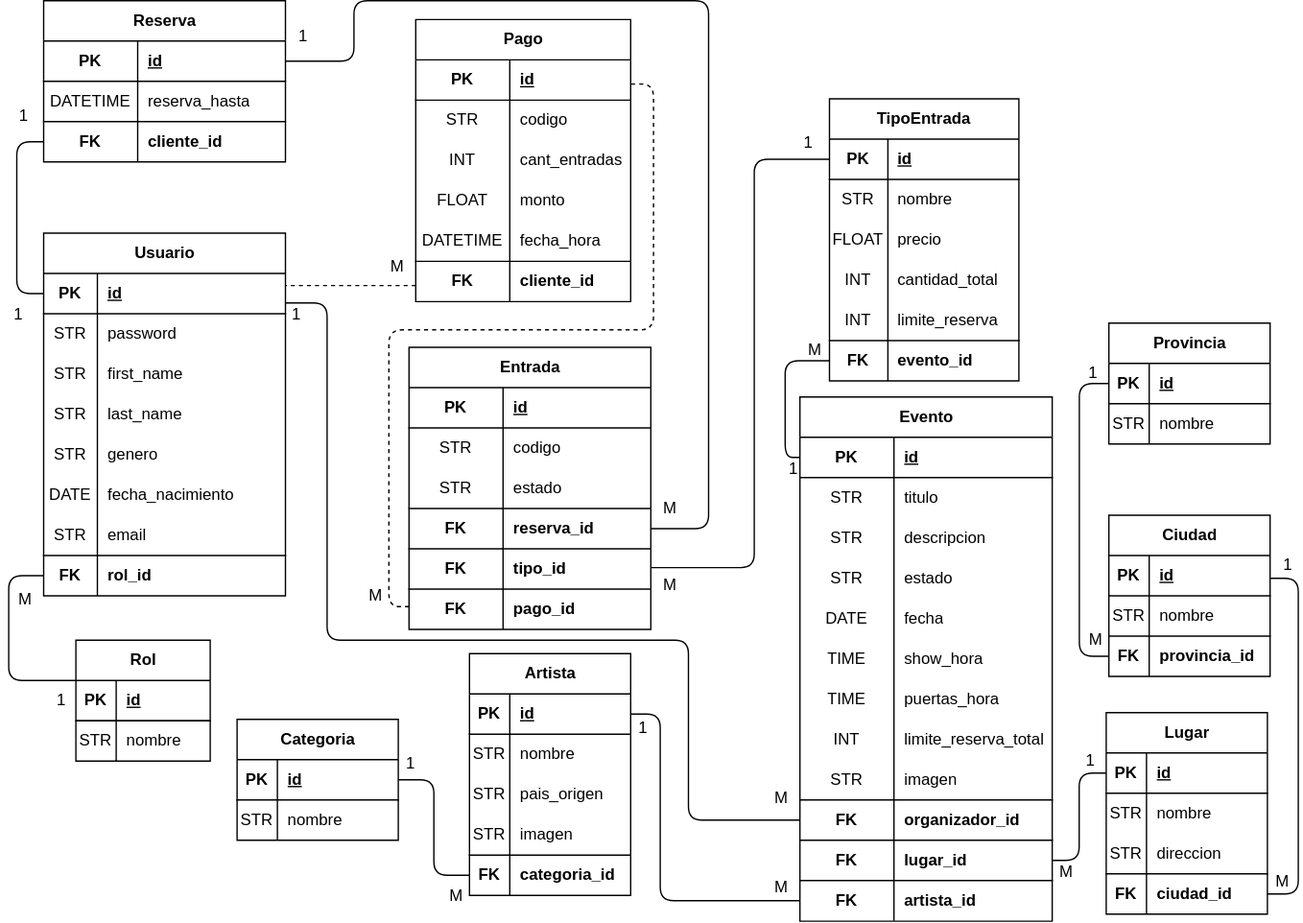
This is diagramas.drawio.svg from LianIribarne/Plataforma_de_Gestion_y_Venta_de_Entradas_de_Conciertos, a draw.io export, as it was before one commit. Source tidied: cells renumbered, new cells last; positions are measured from the earlier drawing's top-left corner, leaving out a move shared by most shapes.
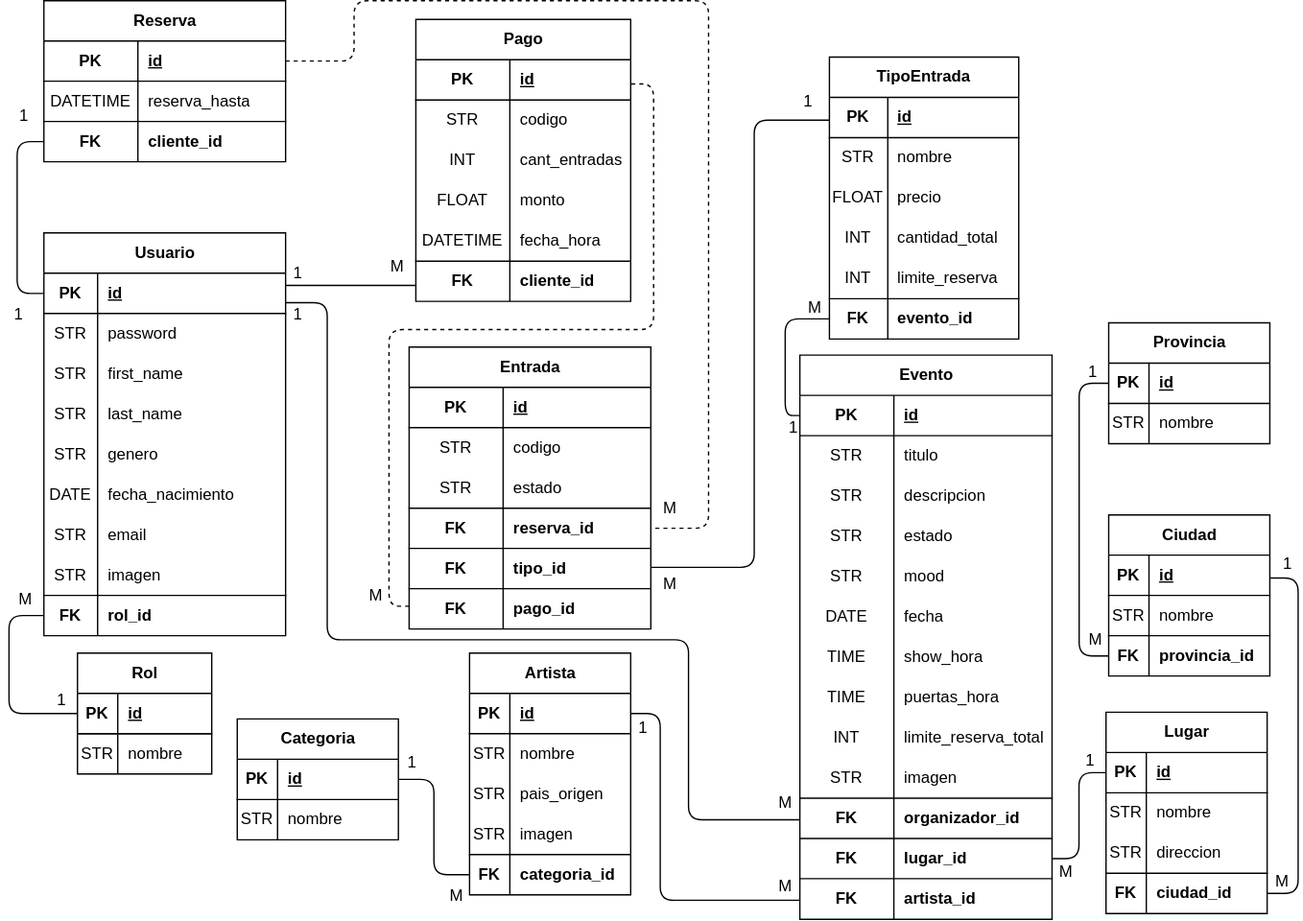
The same file after the commit.

The edit, as a diff of the source:
```diff
@@ -3,7 +3,7 @@
     <mxCell id="0" />
     <mxCell id="1" parent="0" />
     <mxCell id="2" value="Rol" style="shape=table;startSize=30;rowLines=1;fontStyle=1;align=center;html=1;swimlaneFillColor=default;swimlaneLine=1;columnLines=1;swimlaneHead=1;swimlaneBody=1;horizontal=1;top=1;bottom=1;left=1;right=1;gradientColor=none;" parent="1" vertex="1">
-      <mxGeometry x="56" y="476" width="100" height="90" as="geometry" />
+      <mxGeometry x="57" y="486" width="100" height="90" as="geometry" />
     </mxCell>
     <mxCell id="3" style="shape=tableRow;horizontal=0;startSize=0;swimlaneHead=0;swimlaneBody=0;fillColor=none;points=[[0,0.5],[1,0.5]];portConstraint=eastwest;top=0;left=0;right=0;bottom=1;swimlaneFillColor=none;" parent="2" vertex="1">
       <mxGeometry y="30" width="100" height="30" as="geometry" />
@@ -102,7 +102,7 @@
       <mxGeometry x="70" width="90" height="30" as="geometry" />
     </mxCell>
     <mxCell id="35" value="Usuario" style="shape=table;startSize=30;rowLines=0;fontStyle=1;align=center;html=1;swimlaneFillColor=default;gradientColor=none;" parent="1" vertex="1">
-      <mxGeometry x="32" y="173" width="180" height="270" as="geometry" />
+      <mxGeometry x="32" y="173" width="180" height="300" as="geometry" />
     </mxCell>
     <mxCell id="36" style="shape=tableRow;horizontal=0;startSize=0;swimlaneHead=0;swimlaneBody=0;fillColor=none;points=[[0,0.5],[1,0.5]];portConstraint=eastwest;top=0;left=0;right=0;bottom=1;" parent="35" vertex="1">
       <mxGeometry y="30" width="180" height="30" as="geometry" />
@@ -167,8 +167,17 @@
     <mxCell id="56" value="&lt;font style=&quot;color: light-dark(rgb(0, 0, 0), rgb(255, 255, 255));&quot;&gt;email&lt;/font&gt;" style="shape=partialRectangle;fillColor=none;top=0;left=0;bottom=0;right=0;align=left;spacingLeft=6;overflow=hidden;whiteSpace=wrap;html=1;" parent="54" vertex="1">
       <mxGeometry x="40" width="140" height="30" as="geometry" />
     </mxCell>
+    <mxCell id="228" style="shape=tableRow;horizontal=0;startSize=0;swimlaneHead=0;swimlaneBody=0;fillColor=none;top=0;left=0;right=0;bottom=0;" parent="35" vertex="1">
+      <mxGeometry y="240" width="180" height="30" as="geometry" />
+    </mxCell>
+    <mxCell id="229" value="STR" style="shape=partialRectangle;fillColor=none;top=0;left=0;bottom=0;right=0;overflow=hidden;whiteSpace=wrap;html=1;" parent="228" vertex="1">
+      <mxGeometry width="40" height="30" as="geometry" />
+    </mxCell>
+    <mxCell id="230" value="&lt;font style=&quot;color: light-dark(rgb(0, 0, 0), rgb(255, 255, 255));&quot;&gt;imagen&lt;/font&gt;" style="shape=partialRectangle;fillColor=none;top=0;left=0;bottom=0;right=0;align=left;spacingLeft=6;overflow=hidden;whiteSpace=wrap;html=1;" parent="228" vertex="1">
+      <mxGeometry x="40" width="140" height="30" as="geometry" />
+    </mxCell>
     <mxCell id="57" style="shape=tableRow;horizontal=0;startSize=0;swimlaneHead=0;swimlaneBody=0;fillColor=none;points=[[0,0.5],[1,0.5]];portConstraint=eastwest;top=0;left=0;right=0;bottom=0;" parent="35" vertex="1">
-      <mxGeometry y="240" width="180" height="30" as="geometry" />
+      <mxGeometry y="270" width="180" height="30" as="geometry" />
     </mxCell>
     <mxCell id="58" value="&lt;b&gt;&lt;font style=&quot;color: light-dark(rgb(0, 0, 0), rgb(255, 255, 255));&quot;&gt;FK&lt;/font&gt;&lt;/b&gt;" style="shape=partialRectangle;fillColor=none;top=1;left=0;bottom=0;right=0;overflow=hidden;whiteSpace=wrap;html=1;" parent="57" vertex="1">
       <mxGeometry width="40" height="30" as="geometry" />
@@ -177,7 +186,7 @@
       <mxGeometry x="40" width="140" height="30" as="geometry" />
     </mxCell>
     <mxCell id="60" value="Evento" style="shape=table;startSize=30;rowLines=0;fontStyle=1;align=center;html=1;gradientColor=none;swimlaneFillColor=default;" parent="1" vertex="1">
-      <mxGeometry x="595" y="295" width="187.8" height="390.2" as="geometry" />
+      <mxGeometry x="595" y="264" width="187.8" height="420.2" as="geometry" />
     </mxCell>
     <mxCell id="61" style="shape=tableRow;horizontal=0;startSize=0;swimlaneHead=0;swimlaneBody=0;fillColor=none;points=[[0,0.5],[1,0.5]];portConstraint=eastwest;top=0;left=0;right=0;bottom=1;" parent="60" vertex="1">
       <mxGeometry y="30" width="187.8" height="30" as="geometry" />
@@ -215,8 +224,17 @@
     <mxCell id="72" value="estado" style="shape=partialRectangle;fillColor=none;top=0;left=0;bottom=0;right=0;align=left;spacingLeft=6;overflow=hidden;whiteSpace=wrap;html=1;" parent="70" vertex="1">
       <mxGeometry x="70" width="117.8" height="30" as="geometry" />
     </mxCell>
+    <mxCell id="231" style="shape=tableRow;horizontal=0;startSize=0;swimlaneHead=0;swimlaneBody=0;fillColor=none;top=0;left=0;right=0;bottom=0;" parent="60" vertex="1">
+      <mxGeometry y="150" width="187.8" height="30" as="geometry" />
+    </mxCell>
+    <mxCell id="232" value="STR" style="shape=partialRectangle;fillColor=none;top=0;left=0;bottom=0;right=0;overflow=hidden;whiteSpace=wrap;html=1;" parent="231" vertex="1">
+      <mxGeometry width="70" height="30" as="geometry" />
+    </mxCell>
+    <mxCell id="233" value="mood" style="shape=partialRectangle;fillColor=none;top=0;left=0;bottom=0;right=0;align=left;spacingLeft=6;overflow=hidden;whiteSpace=wrap;html=1;" parent="231" vertex="1">
+      <mxGeometry x="70" width="117.8" height="30" as="geometry" />
+    </mxCell>
     <mxCell id="73" style="shape=tableRow;horizontal=0;startSize=0;swimlaneHead=0;swimlaneBody=0;fillColor=none;top=0;left=0;right=0;bottom=0;" parent="60" vertex="1">
-      <mxGeometry y="150" width="187.8" height="30" as="geometry" />
+      <mxGeometry y="180" width="187.8" height="30" as="geometry" />
     </mxCell>
     <mxCell id="74" value="DATE" style="shape=partialRectangle;fillColor=none;top=0;left=0;bottom=0;right=0;overflow=hidden;whiteSpace=wrap;html=1;" parent="73" vertex="1">
       <mxGeometry width="70" height="30" as="geometry" />
@@ -225,7 +243,7 @@
       <mxGeometry x="70" width="117.8" height="30" as="geometry" />
     </mxCell>
     <mxCell id="76" style="shape=tableRow;horizontal=0;startSize=0;swimlaneHead=0;swimlaneBody=0;fillColor=none;top=0;left=0;right=0;bottom=0;" parent="60" vertex="1">
-      <mxGeometry y="180" width="187.8" height="30" as="geometry" />
+      <mxGeometry y="210" width="187.8" height="30" as="geometry" />
     </mxCell>
     <mxCell id="77" value="TIME" style="shape=partialRectangle;fillColor=none;top=0;left=0;bottom=0;right=0;overflow=hidden;whiteSpace=wrap;html=1;" parent="76" vertex="1">
       <mxGeometry width="70" height="30" as="geometry" />
@@ -234,7 +252,7 @@
       <mxGeometry x="70" width="117.8" height="30" as="geometry" />
     </mxCell>
     <mxCell id="79" style="shape=tableRow;horizontal=0;startSize=0;swimlaneHead=0;swimlaneBody=0;fillColor=none;top=0;left=0;right=0;bottom=0;" parent="60" vertex="1">
-      <mxGeometry y="210" width="187.8" height="30" as="geometry" />
+      <mxGeometry y="240" width="187.8" height="30" as="geometry" />
     </mxCell>
     <mxCell id="80" value="TIME" style="shape=partialRectangle;fillColor=none;top=0;left=0;bottom=0;right=0;overflow=hidden;whiteSpace=wrap;html=1;" parent="79" vertex="1">
       <mxGeometry width="70" height="30" as="geometry" />
@@ -243,7 +261,7 @@
       <mxGeometry x="70" width="117.8" height="30" as="geometry" />
     </mxCell>
     <mxCell id="82" style="shape=tableRow;horizontal=0;startSize=0;swimlaneHead=0;swimlaneBody=0;fillColor=none;top=0;left=0;right=0;bottom=0;" parent="60" vertex="1">
-      <mxGeometry y="240" width="187.8" height="30" as="geometry" />
+      <mxGeometry y="270" width="187.8" height="30" as="geometry" />
     </mxCell>
     <mxCell id="83" value="INT" style="shape=partialRectangle;fillColor=none;top=0;left=0;bottom=0;right=0;overflow=hidden;whiteSpace=wrap;html=1;" parent="82" vertex="1">
       <mxGeometry width="70" height="30" as="geometry" />
@@ -252,7 +270,7 @@
       <mxGeometry x="70" width="117.8" height="30" as="geometry" />
     </mxCell>
     <mxCell id="85" style="shape=tableRow;horizontal=0;startSize=0;swimlaneHead=0;swimlaneBody=0;fillColor=none;top=0;left=0;right=0;bottom=0;" parent="60" vertex="1">
-      <mxGeometry y="270" width="187.8" height="30" as="geometry" />
+      <mxGeometry y="300" width="187.8" height="30" as="geometry" />
     </mxCell>
     <mxCell id="86" value="STR" style="shape=partialRectangle;fillColor=none;top=0;left=0;bottom=0;right=0;overflow=hidden;whiteSpace=wrap;html=1;" parent="85" vertex="1">
       <mxGeometry width="70" height="30" as="geometry" />
@@ -261,7 +279,7 @@
       <mxGeometry x="70" width="117.8" height="30" as="geometry" />
     </mxCell>
     <mxCell id="88" style="shape=tableRow;horizontal=0;startSize=0;swimlaneHead=0;swimlaneBody=0;fillColor=none;points=[[0,0.5],[1,0.5]];portConstraint=eastwest;top=1;left=0;right=0;bottom=0;" parent="60" vertex="1">
-      <mxGeometry y="300" width="187.8" height="30" as="geometry" />
+      <mxGeometry y="330" width="187.8" height="30" as="geometry" />
     </mxCell>
     <mxCell id="89" value="&lt;b&gt;&lt;font style=&quot;color: light-dark(rgb(0, 0, 0), rgb(255, 255, 255));&quot;&gt;FK&lt;/font&gt;&lt;/b&gt;" style="shape=partialRectangle;fillColor=none;top=0;left=0;bottom=0;right=0;overflow=hidden;whiteSpace=wrap;html=1;fontColor=light-dark(#000000,#FFFFFF);" parent="88" vertex="1">
       <mxGeometry width="70" height="30" as="geometry" />
@@ -270,7 +288,7 @@
       <mxGeometry x="70" width="117.8" height="30" as="geometry" />
     </mxCell>
     <mxCell id="91" style="shape=tableRow;horizontal=0;startSize=0;swimlaneHead=0;swimlaneBody=0;fillColor=none;points=[[0,0.5],[1,0.5]];portConstraint=eastwest;top=1;left=0;right=0;bottom=0;" parent="60" vertex="1">
-      <mxGeometry y="330" width="187.8" height="30" as="geometry" />
+      <mxGeometry y="360" width="187.8" height="30" as="geometry" />
     </mxCell>
     <mxCell id="92" value="&lt;b&gt;&lt;font style=&quot;color: light-dark(rgb(0, 0, 0), rgb(255, 255, 255));&quot;&gt;FK&lt;/font&gt;&lt;/b&gt;" style="shape=partialRectangle;fillColor=none;top=0;left=0;bottom=0;right=0;overflow=hidden;whiteSpace=wrap;html=1;fontColor=light-dark(#000000,#FFFFFF);" parent="91" vertex="1">
       <mxGeometry width="70" height="30" as="geometry" />
@@ -279,7 +297,7 @@
       <mxGeometry x="70" width="117.8" height="30" as="geometry" />
     </mxCell>
     <mxCell id="94" style="shape=tableRow;horizontal=0;startSize=0;swimlaneHead=0;swimlaneBody=0;fillColor=none;points=[[0,0.5],[1,0.5]];portConstraint=eastwest;top=1;left=0;right=0;bottom=0;" parent="60" vertex="1">
-      <mxGeometry y="360" width="187.8" height="30" as="geometry" />
+      <mxGeometry y="390" width="187.8" height="30" as="geometry" />
     </mxCell>
     <mxCell id="95" value="&lt;b&gt;&lt;font style=&quot;color: light-dark(rgb(0, 0, 0), rgb(255, 255, 255));&quot;&gt;FK&lt;/font&gt;&lt;/b&gt;" style="shape=partialRectangle;fillColor=none;top=0;left=0;bottom=0;right=0;overflow=hidden;whiteSpace=wrap;html=1;fontColor=light-dark(#000000,#FFFFFF);" parent="94" vertex="1">
       <mxGeometry width="70" height="30" as="geometry" />
@@ -500,7 +518,7 @@
       <mxGeometry x="30" width="90" height="30" as="geometry" />
     </mxCell>
     <mxCell id="164" value="TipoEntrada" style="shape=table;startSize=30;rowLines=0;fontStyle=1;align=center;html=1;gradientColor=none;swimlaneFillColor=default;" parent="1" vertex="1">
-      <mxGeometry x="617" y="73" width="141" height="210" as="geometry" />
+      <mxGeometry x="617" y="42" width="141" height="210" as="geometry" />
     </mxCell>
     <mxCell id="165" style="shape=tableRow;horizontal=0;startSize=0;swimlaneHead=0;swimlaneBody=0;fillColor=none;points=[[0,0.5],[1,0.5]];portConstraint=eastwest;top=0;left=0;right=0;bottom=1;" parent="164" vertex="1">
       <mxGeometry y="30" width="141" height="30" as="geometry" />
@@ -560,7 +578,7 @@
       <mxGeometry relative="1" as="geometry">
         <Array as="points">
           <mxPoint x="561" y="422" />
-          <mxPoint x="561" y="118" />
+          <mxPoint x="561" y="89" />
         </Array>
       </mxGeometry>
     </mxCell>
@@ -605,7 +623,7 @@
       </mxGeometry>
     </mxCell>
     <mxCell id="190" value="1" style="text;html=1;align=center;verticalAlign=middle;strokeColor=none;fillColor=none;" parent="1" vertex="1">
-      <mxGeometry x="588" y="93" width="25" height="26" as="geometry" />
+      <mxGeometry x="588" y="62" width="25" height="26" as="geometry" />
     </mxCell>
     <mxCell id="191" value="M" style="text;html=1;align=center;verticalAlign=middle;strokeColor=none;fillColor=none;" parent="1" vertex="1">
       <mxGeometry x="265" y="430" width="28" height="26" as="geometry" />
@@ -614,7 +632,7 @@
       <mxGeometry x="208" y="221" width="25" height="26" as="geometry" />
     </mxCell>
     <mxCell id="193" value="M" style="text;html=1;align=center;verticalAlign=middle;strokeColor=none;fillColor=none;" parent="1" vertex="1">
-      <mxGeometry x="567" y="581" width="28" height="26" as="geometry" />
+      <mxGeometry x="570" y="585" width="28" height="26" as="geometry" />
     </mxCell>
     <mxCell id="194" value="M" style="text;html=1;align=center;verticalAlign=middle;strokeColor=none;fillColor=none;" parent="1" vertex="1">
       <mxGeometry x="484" y="422" width="28" height="26" as="geometry" />
@@ -635,7 +653,7 @@
       <mxGeometry x="465" y="529" width="25" height="26" as="geometry" />
     </mxCell>
     <mxCell id="200" value="M" style="text;html=1;align=center;verticalAlign=middle;strokeColor=none;fillColor=none;" parent="1" vertex="1">
-      <mxGeometry x="567" y="647" width="28" height="26" as="geometry" />
+      <mxGeometry x="570" y="647" width="28" height="26" as="geometry" />
     </mxCell>
     <mxCell id="201" value="1" style="text;html=1;align=center;verticalAlign=middle;strokeColor=none;fillColor=none;" parent="1" vertex="1">
       <mxGeometry x="945" y="407" width="25" height="26" as="geometry" />
@@ -658,18 +676,18 @@
     <mxCell id="207" style="edgeStyle=orthogonalEdgeStyle;html=1;exitX=0;exitY=0.5;exitDx=0;exitDy=0;entryX=0;entryY=0.5;entryDx=0;entryDy=0;endArrow=none;endFill=0;" parent="1" edge="1" source="180" target="61">
       <mxGeometry relative="1" as="geometry">
         <Array as="points">
-          <mxPoint x="584" y="268" />
-          <mxPoint x="584" y="340" />
+          <mxPoint x="584" y="237" />
+          <mxPoint x="584" y="309" />
         </Array>
       </mxGeometry>
     </mxCell>
     <mxCell id="208" value="M" style="text;html=1;align=center;verticalAlign=middle;strokeColor=none;fillColor=none;" parent="1" vertex="1">
-      <mxGeometry x="592" y="247" width="28" height="26" as="geometry" />
+      <mxGeometry x="592" y="216" width="28" height="26" as="geometry" />
     </mxCell>
     <mxCell id="209" value="1" style="text;html=1;align=center;verticalAlign=middle;strokeColor=none;fillColor=none;" parent="1" vertex="1">
-      <mxGeometry x="577" y="336" width="25" height="26" as="geometry" />
+      <mxGeometry x="577" y="305" width="25" height="26" as="geometry" />
     </mxCell>
-    <mxCell id="210" style="edgeStyle=orthogonalEdgeStyle;html=1;endArrow=none;endFill=0;dashed=1;" parent="1" edge="1" source="32" target="36">
+    <mxCell id="210" style="edgeStyle=orthogonalEdgeStyle;html=1;endArrow=none;endFill=0;" parent="1" edge="1" source="32" target="36">
       <mxGeometry relative="1" as="geometry">
         <Array as="points">
           <mxPoint x="260" y="212" />
@@ -710,7 +728,7 @@
     <mxCell id="221" value="&lt;b&gt;&lt;font style=&quot;color: light-dark(rgb(0, 0, 0), rgb(255, 255, 255));&quot;&gt;cliente_id&lt;/font&gt;&lt;/b&gt;" style="shape=partialRectangle;fillColor=none;top=0;left=0;bottom=0;right=0;align=left;spacingLeft=6;overflow=hidden;whiteSpace=wrap;html=1;" parent="219" vertex="1">
       <mxGeometry x="70" width="110" height="30" as="geometry" />
     </mxCell>
-    <mxCell id="222" style="edgeStyle=orthogonalEdgeStyle;html=1;endArrow=none;endFill=0;" parent="1" edge="1" source="213" target="107">
+    <mxCell id="222" style="edgeStyle=orthogonalEdgeStyle;html=1;endArrow=none;endFill=0;dashed=1;" parent="1" edge="1" source="213" target="107">
       <mxGeometry relative="1" as="geometry">
         <Array as="points">
           <mxPoint x="263" y="45" />
@@ -738,7 +756,7 @@
       <mxGeometry y="221" width="25" height="26" as="geometry" />
     </mxCell>
     <mxCell id="227" value="1" style="text;html=1;align=center;verticalAlign=middle;strokeColor=none;fillColor=none;" parent="1" vertex="1">
-      <mxGeometry x="212" y="14" width="25" height="26" as="geometry" />
+      <mxGeometry x="208" y="190" width="25" height="26" as="geometry" />
     </mxCell>
   </root>
 </mxGraphModel>
```
